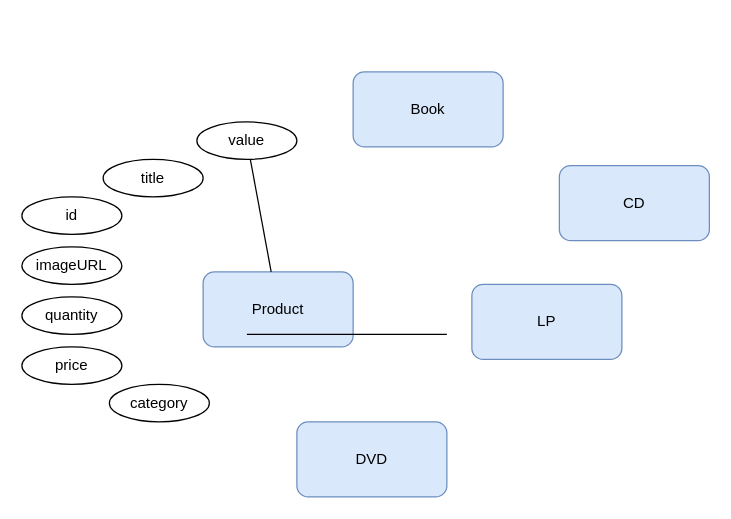
Above: ERD.drawio in sonhtx/TKXDPM.KHMT.20231-20 (draw.io), before the change. Source tidied: cells renumbered, new cells numbered last; positions are measured from the earlier drawing's top-left corner, leaving out a move shared by most shapes. Both pictures are drawn from the tidied source at 125%, with x=0, y=0 at pixel (21, 71).
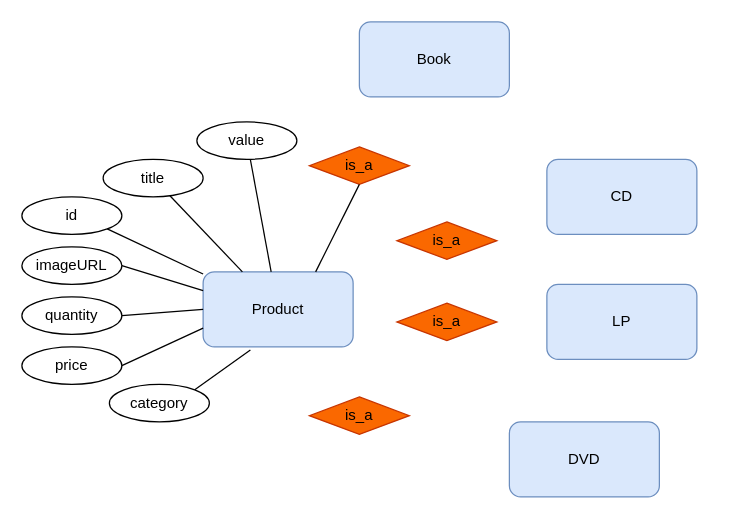
The same page after the edit.

Unchanged cells that the change refers to:
```xml
<mxCell id="2" value="Product&lt;br&gt;" style="rounded=1;whiteSpace=wrap;html=1;fillColor=#dae8fc;strokeColor=#6c8ebf;" parent="1" vertex="1">
  <mxGeometry x="145" y="160" width="120" height="60" as="geometry" />
</mxCell>
<mxCell id="7" value="id" style="ellipse;whiteSpace=wrap;html=1;" parent="1" vertex="1">
  <mxGeometry y="100" width="80" height="30" as="geometry" />
</mxCell>
<mxCell id="8" value="imageURL" style="ellipse;whiteSpace=wrap;html=1;" parent="1" vertex="1">
  <mxGeometry y="140" width="80" height="30" as="geometry" />
</mxCell>
<mxCell id="9" value="quantity" style="ellipse;whiteSpace=wrap;html=1;" parent="1" vertex="1">
  <mxGeometry y="180" width="80" height="30" as="geometry" />
</mxCell>
<mxCell id="10" value="title" style="ellipse;whiteSpace=wrap;html=1;" parent="1" vertex="1">
  <mxGeometry x="65" y="70" width="80" height="30" as="geometry" />
</mxCell>
<mxCell id="11" value="price" style="ellipse;whiteSpace=wrap;html=1;" parent="1" vertex="1">
  <mxGeometry y="220" width="80" height="30" as="geometry" />
</mxCell>
<mxCell id="13" value="category" style="ellipse;whiteSpace=wrap;html=1;" parent="1" vertex="1">
  <mxGeometry x="70" y="250" width="80" height="30" as="geometry" />
</mxCell>
```

Diff of the diagram source:
```diff
@@
     <mxCell id="3" value="DVD" style="rounded=1;whiteSpace=wrap;html=1;fillColor=#dae8fc;strokeColor=#6c8ebf;" parent="1" vertex="1">
-      <mxGeometry x="220" y="280" width="120" height="60" as="geometry" />
+      <mxGeometry x="390" y="280" width="120" height="60" as="geometry" />
     </mxCell>
     <mxCell id="4" value="LP" style="rounded=1;whiteSpace=wrap;html=1;fillColor=#dae8fc;strokeColor=#6c8ebf;" parent="1" vertex="1">
-      <mxGeometry x="360" y="170" width="120" height="60" as="geometry" />
+      <mxGeometry x="420" y="170" width="120" height="60" as="geometry" />
     </mxCell>
     <mxCell id="5" value="CD" style="rounded=1;whiteSpace=wrap;html=1;fillColor=#dae8fc;strokeColor=#6c8ebf;" parent="1" vertex="1">
-      <mxGeometry x="430" y="75" width="120" height="60" as="geometry" />
+      <mxGeometry x="420" y="70" width="120" height="60" as="geometry" />
     </mxCell>
     <mxCell id="6" value="Book&lt;br&gt;" style="rounded=1;whiteSpace=wrap;html=1;fillColor=#dae8fc;strokeColor=#6c8ebf;" parent="1" vertex="1">
-      <mxGeometry x="265" width="120" height="60" as="geometry" />
+      <mxGeometry x="270" y="-40" width="120" height="60" as="geometry" />
     </mxCell>
@@
-    <mxCell id="15" style="endArrow=none;html=1;rounded=0;" parent="1" edge="1">
-      <mxGeometry relative="1" as="geometry">
-        <mxPoint x="180" y="210" as="sourcePoint" />
-        <mxPoint x="340" y="210" as="targetPoint" />
-      </mxGeometry>
+    <mxCell id="15" style="endArrow=none;html=1;rounded=0;" parent="1" edge="1" source="2" target="10">
+      <mxGeometry relative="1" as="geometry" />
     </mxCell>
+    <mxCell id="16" style="endArrow=none;html=1;rounded=0;entryX=1;entryY=1;entryDx=0;entryDy=0;" parent="1" edge="1" source="2" target="7">
+      <mxGeometry relative="1" as="geometry" />
+    </mxCell>
+    <mxCell id="17" style="endArrow=none;html=1;rounded=0;entryX=1;entryY=0.5;entryDx=0;entryDy=0;exitX=0;exitY=0.25;exitDx=0;exitDy=0;" parent="1" edge="1" source="2" target="8">
+      <mxGeometry relative="1" as="geometry" />
+    </mxCell>
+    <mxCell id="18" style="endArrow=none;html=1;rounded=0;entryX=1;entryY=0.5;entryDx=0;entryDy=0;exitX=0;exitY=0.5;exitDx=0;exitDy=0;" parent="1" edge="1" source="2" target="9">
+      <mxGeometry relative="1" as="geometry" />
+    </mxCell>
+    <mxCell id="19" style="endArrow=none;html=1;rounded=0;entryX=1;entryY=0.5;entryDx=0;entryDy=0;exitX=0;exitY=0.75;exitDx=0;exitDy=0;" parent="1" edge="1" source="2" target="11">
+      <mxGeometry relative="1" as="geometry" />
+    </mxCell>
+    <mxCell id="20" style="endArrow=none;html=1;rounded=0;entryX=1;entryY=0;entryDx=0;entryDy=0;exitX=0.315;exitY=1.043;exitDx=0;exitDy=0;exitPerimeter=0;" parent="1" edge="1" source="2" target="13">
+      <mxGeometry relative="1" as="geometry" />
+    </mxCell>
+    <mxCell id="21" value="is_a" style="rhombus;whiteSpace=wrap;html=1;fillColor=#FA6800;fontColor=#000000;strokeColor=#C73500;" parent="1" vertex="1">
+      <mxGeometry x="230" y="60" width="80" height="30" as="geometry" />
+    </mxCell>
+    <mxCell id="22" value="is_a" style="rhombus;whiteSpace=wrap;html=1;fillColor=#FA6800;fontColor=#000000;strokeColor=#C73500;" parent="1" vertex="1">
+      <mxGeometry x="300" y="120" width="80" height="30" as="geometry" />
+    </mxCell>
+    <mxCell id="23" value="is_a" style="rhombus;whiteSpace=wrap;html=1;fillColor=#FA6800;fontColor=#000000;strokeColor=#C73500;" parent="1" vertex="1">
+      <mxGeometry x="300" y="185" width="80" height="30" as="geometry" />
+    </mxCell>
+    <mxCell id="24" value="is_a" style="rhombus;whiteSpace=wrap;html=1;fillColor=#FA6800;fontColor=#000000;strokeColor=#C73500;" parent="1" vertex="1">
+      <mxGeometry x="230" y="260" width="80" height="30" as="geometry" />
+    </mxCell>
+    <mxCell id="25" style="endArrow=none;html=1;rounded=0;exitX=0.75;exitY=0;exitDx=0;exitDy=0;entryX=0.5;entryY=1;entryDx=0;entryDy=0;" parent="1" edge="1" source="2" target="21">
+      <mxGeometry relative="1" as="geometry" />
+    </mxCell>
```
